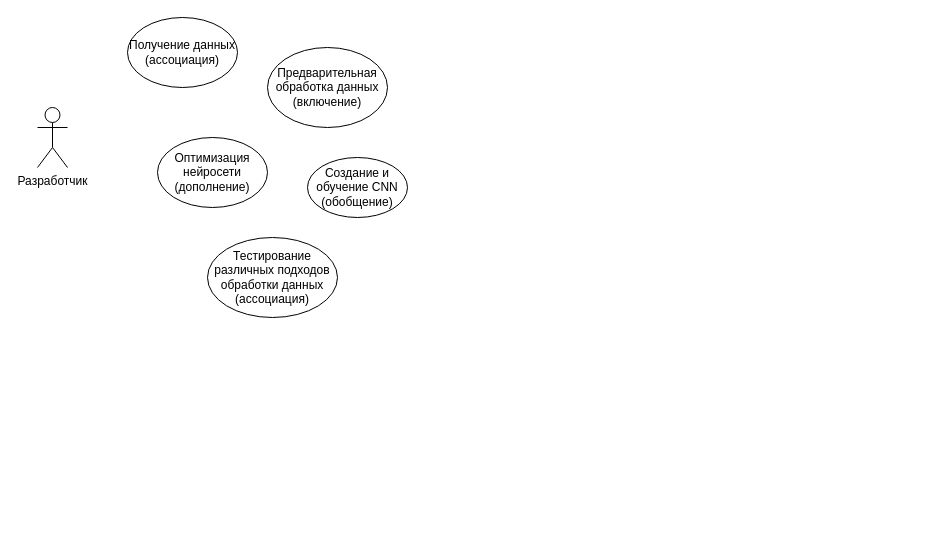
Before: Untitled Diagram.drawio in GeekNekoS/Draw_io, a draw.io diagram. Source tidied: cells renumbered, new cells numbered last; positions are measured from the earlier drawing's top-left corner, leaving out a move shared by most shapes. Both pictures are drawn from the tidied source at 100%, with x=0, y=0 at pixel (37, 17).
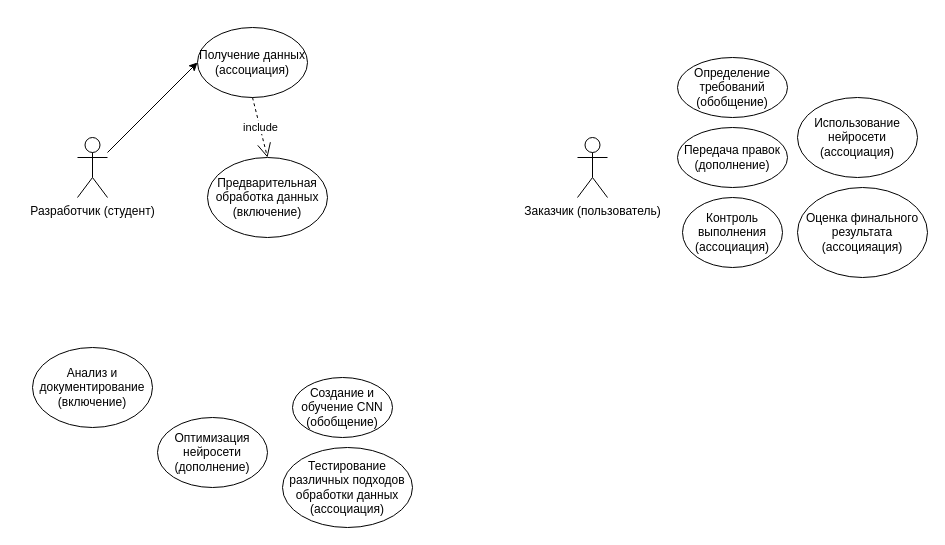
The same diagram, later.

Change to the diagram source:
```diff
@@
 <mxGraphModel>
   <root>
     <mxCell id="0" />
     <mxCell id="1" parent="0" />
-    <mxCell id="2" value="&lt;div&gt;Разработчик&lt;/div&gt;&lt;div&gt;&lt;br&gt;&lt;/div&gt;" style="shape=umlActor;verticalLabelPosition=bottom;verticalAlign=top;html=1;outlineConnect=0;" parent="1" vertex="1">
-      <mxGeometry y="90" width="30" height="60" as="geometry" />
+    <mxCell id="2" value="&lt;div&gt;Разработчик (студент)&lt;br&gt;&lt;/div&gt;&lt;div&gt;&lt;br&gt;&lt;/div&gt;" style="shape=umlActor;verticalLabelPosition=bottom;verticalAlign=top;html=1;outlineConnect=0;" parent="1" vertex="1">
+      <mxGeometry x="40" y="120" width="30" height="60" as="geometry" />
     </mxCell>
     <mxCell id="3" value="&lt;div&gt;Получение данных (ассоциация)&lt;/div&gt;" style="ellipse;whiteSpace=wrap;html=1;" parent="1" vertex="1">
-      <mxGeometry x="90" width="110" height="70" as="geometry" />
+      <mxGeometry x="160" y="10" width="110" height="70" as="geometry" />
     </mxCell>
-    <mxCell id="4" value="&lt;div&gt;Предварительная обработка данных (включение)&lt;br&gt;&lt;/div&gt;" style="ellipse;whiteSpace=wrap;html=1;" parent="1" vertex="1">
-      <mxGeometry x="230" y="30" width="120" height="80" as="geometry" />
+    <mxCell id="4" value="&lt;div&gt;Предварительная обработка данных (включение) &lt;br&gt;&lt;/div&gt;" style="ellipse;whiteSpace=wrap;html=1;" parent="1" vertex="1">
+      <mxGeometry x="170" y="140" width="120" height="80" as="geometry" />
     </mxCell>
     <mxCell id="5" value="&lt;div&gt;Создание и обучение CNN (обобщение)&lt;br&gt;&lt;/div&gt;" style="ellipse;whiteSpace=wrap;html=1;" parent="1" vertex="1">
-      <mxGeometry x="270" y="140" width="100" height="60" as="geometry" />
+      <mxGeometry x="255" y="360" width="100" height="60" as="geometry" />
     </mxCell>
     <mxCell id="6" value="Оптимизация нейросети (дополнение)" style="ellipse;whiteSpace=wrap;html=1;" parent="1" vertex="1">
-      <mxGeometry x="120" y="120" width="110" height="70" as="geometry" />
+      <mxGeometry x="120" y="400" width="110" height="70" as="geometry" />
     </mxCell>
     <mxCell id="7" value="Тестирование различных подходов обработки данных (ассоциация)" style="ellipse;whiteSpace=wrap;html=1;" parent="1" vertex="1">
-      <mxGeometry x="170" y="220" width="130" height="80" as="geometry" />
+      <mxGeometry x="245" y="430" width="130" height="80" as="geometry" />
     </mxCell>
+    <mxCell id="8" value="Анализ и документирование (включение)" style="ellipse;whiteSpace=wrap;html=1;" parent="1" vertex="1">
+      <mxGeometry x="-5" y="330" width="120" height="80" as="geometry" />
+    </mxCell>
+    <mxCell id="9" value="&lt;div&gt;Заказчик (пользователь)&lt;/div&gt;" style="shape=umlActor;verticalLabelPosition=bottom;verticalAlign=top;html=1;" parent="1" vertex="1">
+      <mxGeometry x="540" y="120" width="30" height="60" as="geometry" />
+    </mxCell>
+    <mxCell id="10" value="Определение требований (обобщение)" style="ellipse;whiteSpace=wrap;html=1;" parent="1" vertex="1">
+      <mxGeometry x="640" y="40" width="110" height="60" as="geometry" />
+    </mxCell>
+    <mxCell id="11" value="Передача правок (дополнение)" style="ellipse;whiteSpace=wrap;html=1;" parent="1" vertex="1">
+      <mxGeometry x="640" y="110" width="110" height="60" as="geometry" />
+    </mxCell>
+    <mxCell id="12" value="Контроль выполнения (ассоциация)" style="ellipse;whiteSpace=wrap;html=1;" parent="1" vertex="1">
+      <mxGeometry x="645" y="180" width="100" height="70" as="geometry" />
+    </mxCell>
+    <mxCell id="13" value="Оценка финального результата (ассоцияация)" style="ellipse;whiteSpace=wrap;html=1;" parent="1" vertex="1">
+      <mxGeometry x="760" y="170" width="130" height="90" as="geometry" />
+    </mxCell>
+    <mxCell id="14" value="Использование нейросети (ассоциация)" style="ellipse;whiteSpace=wrap;html=1;" parent="1" vertex="1">
+      <mxGeometry x="760" y="80" width="120" height="80" as="geometry" />
+    </mxCell>
+    <mxCell id="15" style="endArrow=classic;html=1;rounded=0;entryX=0;entryY=0.5;entryDx=0;entryDy=0;" parent="1" edge="1" source="2" target="3">
+      <mxGeometry relative="1" as="geometry" />
+    </mxCell>
+    <mxCell id="16" value="include" style="endArrow=open;endSize=12;dashed=1;html=1;rounded=0;exitX=0.5;exitY=1;exitDx=0;exitDy=0;entryX=0.5;entryY=0;entryDx=0;entryDy=0;" parent="1" edge="1" source="3" target="4">
+      <mxGeometry relative="1" as="geometry" />
+    </mxCell>
   </root>
 </mxGraphModel>
```
